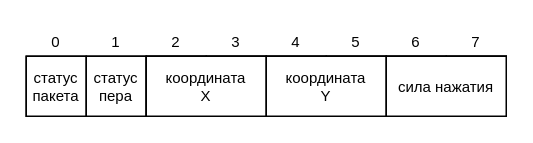
Before: docs/schemes/drawpad.drawio in sunzedd/HUION-H640P-Linux-Driver, a draw.io diagram. Source tidied: cells renumbered, new cells numbered last; positions are measured from the earlier drawing's top-left corner, leaving out a move shared by most shapes. Both pictures are drawn from the tidied source at 150%, with x=0, y=0 at pixel (26, 26).
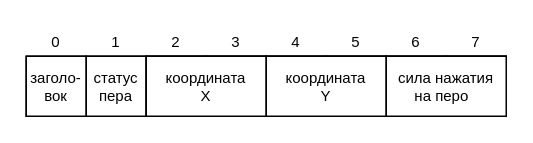
After the change.

Commit message:
Update drawpad scheme

Diff of the diagram source:
```diff
@@
-    <mxCell id="3" value="статус пакета" style="rounded=0;whiteSpace=wrap;html=1;fontSize=10;fontFamily=Helvetica;" parent="1" vertex="1">
+    <mxCell id="3" value="заголо-&lt;br&gt;вок" style="rounded=0;whiteSpace=wrap;html=1;fontSize=10;fontFamily=Helvetica;" parent="1" vertex="1">
       <mxGeometry y="20" width="40" height="40" as="geometry" />
     </mxCell>
@@
-    <mxCell id="21" value="&lt;font style=&quot;font-size: 10px&quot;&gt;сила нажатия &lt;br style=&quot;font-size: 10px;&quot;&gt;&lt;/font&gt;" style="rounded=0;whiteSpace=wrap;html=1;fontSize=10;fontFamily=Helvetica;" parent="1" vertex="1">
+    <mxCell id="21" value="&lt;font style=&quot;font-size: 10px&quot;&gt;сила нажатия&lt;br&gt;на перо&amp;nbsp;&amp;nbsp;&lt;br style=&quot;font-size: 10px&quot;&gt;&lt;/font&gt;" style="rounded=0;whiteSpace=wrap;html=1;fontSize=10;fontFamily=Helvetica;" parent="1" vertex="1">
       <mxGeometry x="240" y="20" width="80" height="40" as="geometry" />
     </mxCell>
```
